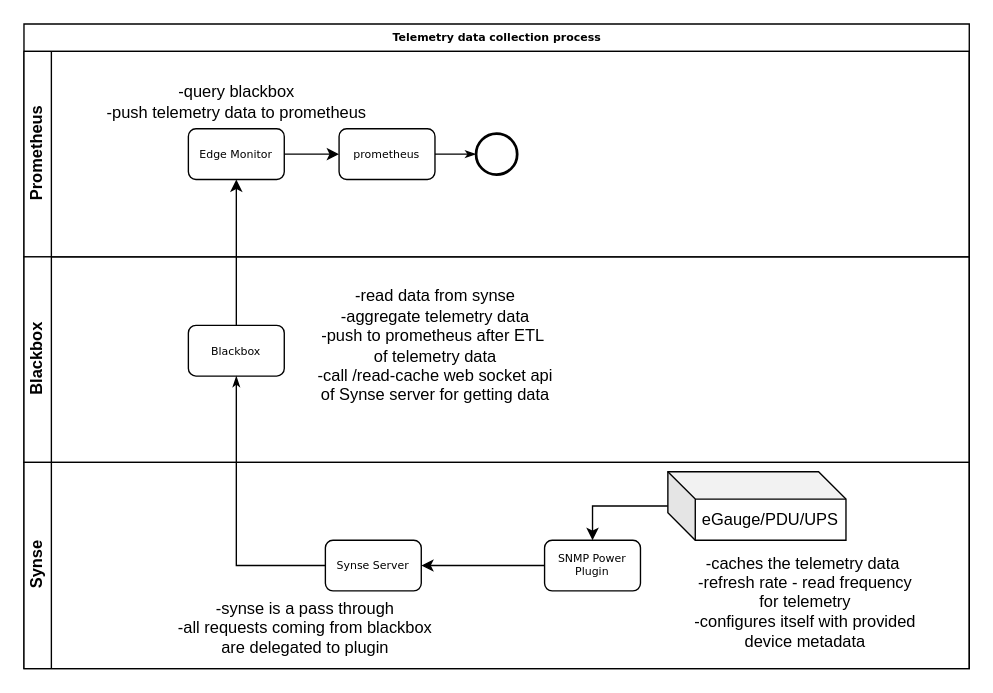
This is page "Page-3" (3 of 3) of power-rep.drawio from dsm100/test, a draw.io file, before an edit. Source tidied: cells renumbered, new cells numbered last; positions are measured from the earlier drawing's top-left corner, leaving out a move shared by most shapes. Both pictures are drawn from the tidied source at 137%, with x=0, y=0 at pixel (23, 23).
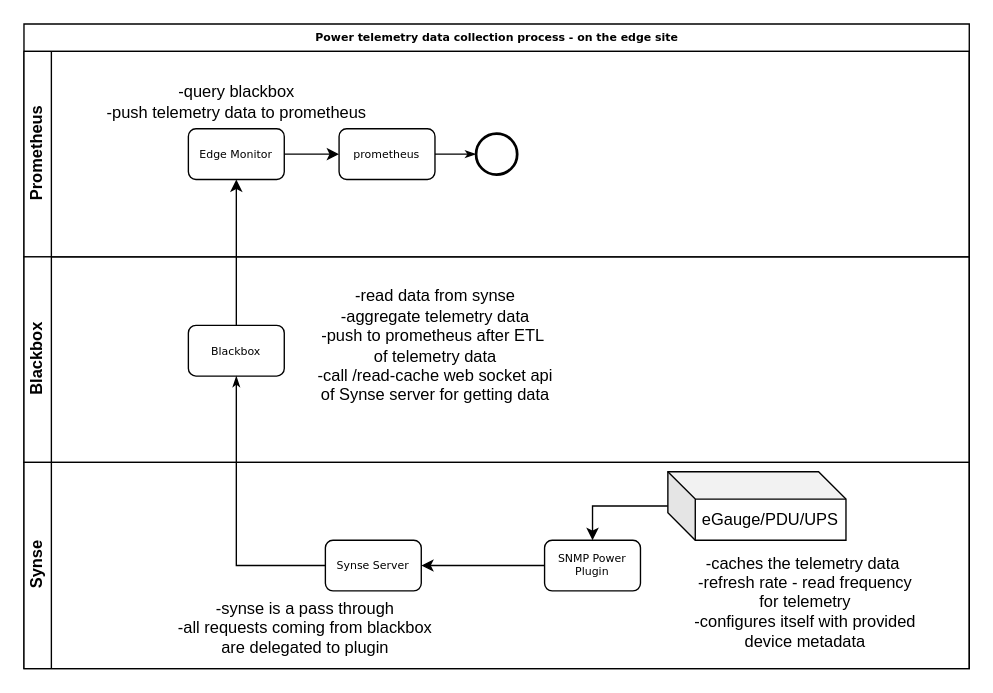
The same page after the edit.

Change to the diagram source:
```diff
@@
-    <mxCell id="2" value="Telemetry data collection process" style="swimlane;html=1;horizontal=1;startSize=20;rounded=0;shadow=0;labelBackgroundColor=none;strokeWidth=1;fontFamily=Verdana;fontSize=8;align=center;" parent="1" vertex="1">
+    <mxCell id="2" value="Power telemetry data collection process - on the edge site" style="swimlane;html=1;horizontal=1;startSize=20;rounded=0;shadow=0;labelBackgroundColor=none;strokeWidth=1;fontFamily=Verdana;fontSize=8;align=center;" parent="1" vertex="1">
       <mxGeometry width="690" height="470.5" as="geometry" />
     </mxCell>
```
